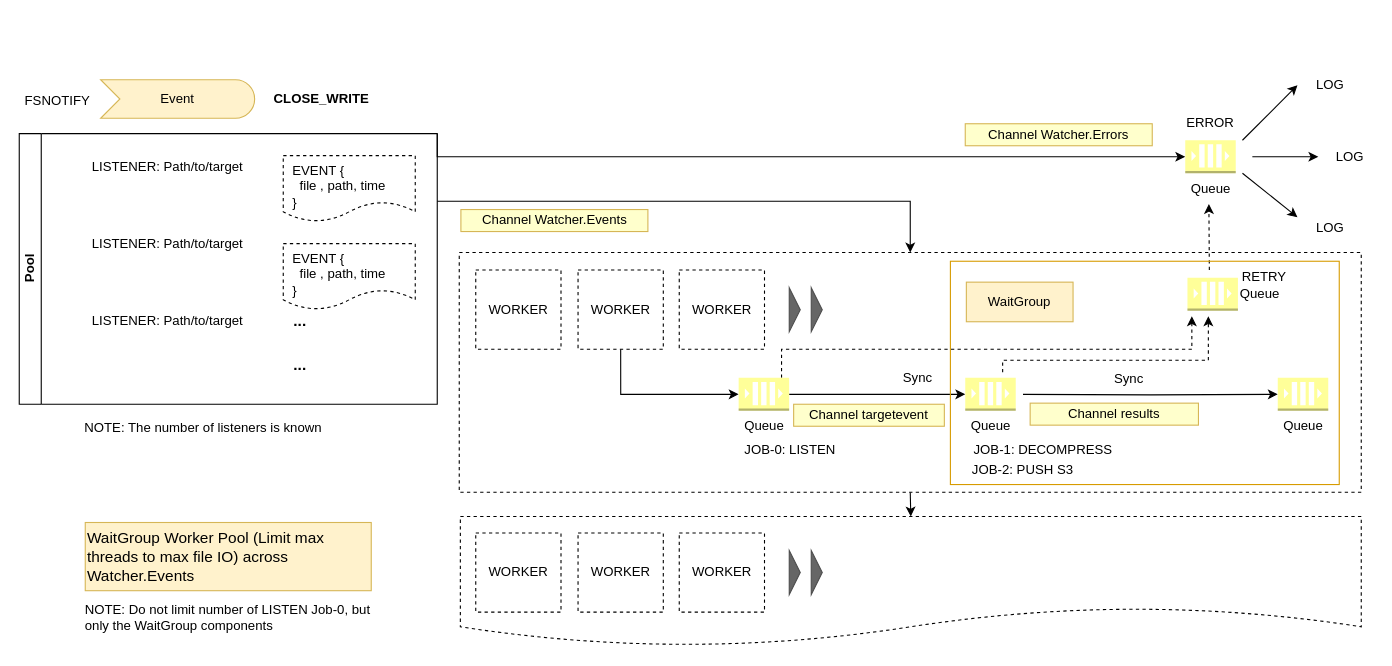
The draw.io diagram images/sftppush_concurrency_design.drawio in olmax99/sftp-push, before the edit. Source tidied: cells renumbered, new cells numbered last; positions are measured from the earlier drawing's top-left corner, leaving out a move shared by most shapes. Both pictures are drawn from the tidied source at 110%, with x=0, y=0 at pixel (19, 74).
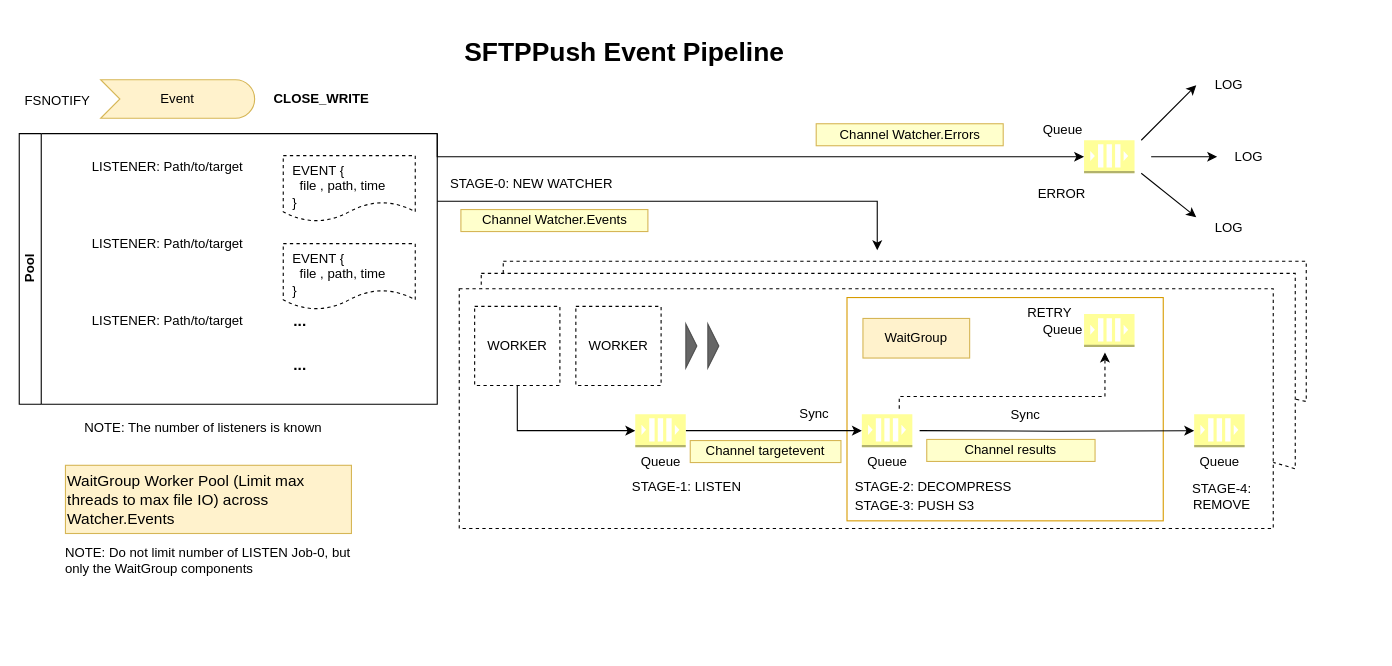
The same diagram, later.

The change refers to these unchanged cells:
```xml
<mxCell id="6" value="Pool" style="swimlane;html=1;horizontal=0;startSize=20;" parent="1" vertex="1">
  <mxGeometry y="54" width="380" height="246" as="geometry" />
</mxCell>
```

The edit, as a diff of the source:
```diff
@@
-    <mxCell id="2" style="edgeStyle=orthogonalEdgeStyle;rounded=0;jettySize=auto;html=1;exitX=0.5;exitY=1;exitDx=0;exitDy=0;entryX=0.5;entryY=0;entryDx=0;entryDy=0;" parent="1" edge="1" source="3" target="49">
-      <mxGeometry relative="1" as="geometry" />
-    </mxCell>
+    <mxCell id="61" style="shape=document;whiteSpace=wrap;html=1;boundedLbl=1;fillColor=none;align=left;dashed=1;" parent="1" vertex="1">
+      <mxGeometry x="440" y="170" width="730" height="150" as="geometry" />
+    </mxCell>
+    <mxCell id="49" style="shape=document;whiteSpace=wrap;html=1;boundedLbl=1;align=left;dashed=1;" parent="1" vertex="1">
+      <mxGeometry x="420" y="181" width="740" height="209" as="geometry" />
+    </mxCell>
     <mxCell id="3" style="rounded=0;whiteSpace=wrap;html=1;dashed=1;" parent="1" vertex="1">
-      <mxGeometry x="400" y="162" width="820" height="218" as="geometry" />
+      <mxGeometry x="400" y="195" width="740" height="218" as="geometry" />
     </mxCell>
+    <mxCell id="60" style="rounded=0;whiteSpace=wrap;html=1;align=left;strokeColor=#d79b00;fillColor=none;" parent="1" vertex="1">
+      <mxGeometry x="752.5" y="203" width="287.5" height="203" as="geometry" />
+    </mxCell>
-    <mxCell id="4" style="edgeStyle=orthogonalEdgeStyle;rounded=0;jettySize=auto;html=1;exitX=1;exitY=0.25;exitDx=0;exitDy=0;entryX=0.5;entryY=0;entryDx=0;entryDy=0;" parent="1" edge="1" source="6" target="3">
-      <mxGeometry relative="1" as="geometry" />
+    <mxCell id="4" style="edgeStyle=orthogonalEdgeStyle;rounded=0;jettySize=auto;html=1;exitX=1;exitY=0.25;exitDx=0;exitDy=0;" parent="1" edge="1" source="6">
+      <mxGeometry relative="1" as="geometry">
+        <mxPoint x="780" y="160" as="targetPoint" />
+        <Array as="points">
+          <mxPoint x="780" y="116" />
+        </Array>
+      </mxGeometry>
     </mxCell>
@@
     <mxCell id="15" value="WORKER" style="rounded=0;whiteSpace=wrap;html=1;dashed=1;" parent="1" vertex="1">
-      <mxGeometry x="508" y="178" width="77.5" height="72" as="geometry" />
+      <mxGeometry x="414" y="211" width="77.5" height="72" as="geometry" />
     </mxCell>
@@
-    <mxCell id="17" style="edgeStyle=orthogonalEdgeStyle;rounded=0;orthogonalLoop=1;jettySize=auto;html=1;exitX=0.5;exitY=0;exitDx=0;exitDy=0;exitPerimeter=0;dashed=1;" parent="1" edge="1">
-      <mxGeometry relative="1" as="geometry">
-        <mxPoint x="693" y="276" as="sourcePoint" />
-        <mxPoint x="1066" y="220" as="targetPoint" />
-        <Array as="points">
-          <mxPoint x="693" y="250" />
-          <mxPoint x="1066" y="250" />
-        </Array>
-      </mxGeometry>
-    </mxCell>
     <mxCell id="18" value="Queue" style="outlineConnect=0;dashed=0;verticalLabelPosition=bottom;verticalAlign=top;align=center;html=1;shape=mxgraph.aws3.queue;gradientColor=none;fillColor=#FFFF99;" parent="1" vertex="1">
-      <mxGeometry x="654" y="276" width="45.9" height="30" as="geometry" />
+      <mxGeometry x="560" y="309" width="45.9" height="30" as="geometry" />
     </mxCell>
@@
     <mxCell id="23" style="endArrow=classic;html=1;" parent="1" edge="1">
       <mxGeometry relative="1" as="geometry">
-        <mxPoint x="1112" y="60" as="sourcePoint" />
-        <mxPoint x="1162" y="10" as="targetPoint" />
+        <mxPoint x="1020" y="60" as="sourcePoint" />
+        <mxPoint x="1070" y="10" as="targetPoint" />
       </mxGeometry>
     </mxCell>
     <mxCell id="24" style="endArrow=classic;html=1;" parent="1" edge="1">
       <mxGeometry relative="1" as="geometry">
-        <mxPoint x="1121" y="75" as="sourcePoint" />
-        <mxPoint x="1181" y="75" as="targetPoint" />
+        <mxPoint x="1029" y="75" as="sourcePoint" />
+        <mxPoint x="1089" y="75" as="targetPoint" />
       </mxGeometry>
     </mxCell>
     <mxCell id="25" style="endArrow=classic;html=1;" parent="1" edge="1">
       <mxGeometry relative="1" as="geometry">
-        <mxPoint x="1112" y="90" as="sourcePoint" />
-        <mxPoint x="1162" y="130" as="targetPoint" />
+        <mxPoint x="1020" y="90" as="sourcePoint" />
+        <mxPoint x="1070" y="130" as="targetPoint" />
       </mxGeometry>
     </mxCell>
     <mxCell id="26" value="LOG" style="text;html=1;strokeColor=none;fillColor=none;align=center;verticalAlign=middle;whiteSpace=wrap;rounded=0;dashed=1;" parent="1" vertex="1">
-      <mxGeometry x="1172" width="40" height="20" as="geometry" />
+      <mxGeometry x="1080" width="40" height="20" as="geometry" />
     </mxCell>
     <mxCell id="27" value="LOG" style="text;html=1;strokeColor=none;fillColor=none;align=center;verticalAlign=middle;whiteSpace=wrap;rounded=0;dashed=1;" parent="1" vertex="1">
-      <mxGeometry x="1172" y="130" width="40" height="20" as="geometry" />
+      <mxGeometry x="1080" y="130" width="40" height="20" as="geometry" />
     </mxCell>
     <mxCell id="28" value="LOG" style="text;html=1;strokeColor=none;fillColor=none;align=center;verticalAlign=middle;whiteSpace=wrap;rounded=0;dashed=1;" parent="1" vertex="1">
-      <mxGeometry x="1190" y="65" width="40" height="20" as="geometry" />
+      <mxGeometry x="1098" y="65" width="40" height="20" as="geometry" />
     </mxCell>
     <mxCell id="29" value="Channel Watcher.Errors" style="text;html=1;strokeColor=#d6b656;align=center;verticalAlign=middle;whiteSpace=wrap;rounded=0;fillColor=#FFFFCC;" parent="1" vertex="1">
-      <mxGeometry x="860" y="45" width="170" height="20" as="geometry" />
+      <mxGeometry x="724.5" y="45" width="170" height="20" as="geometry" />
     </mxCell>
     <mxCell id="30" style="edgeStyle=orthogonalEdgeStyle;rounded=0;jettySize=auto;html=1;entryX=0;entryY=0.5;entryDx=0;entryDy=0;entryPerimeter=0;" parent="1" edge="1" target="33">
       <mxGeometry relative="1" as="geometry">
-        <mxPoint x="912.5" y="291" as="sourcePoint" />
+        <mxPoint x="818.5" y="324" as="sourcePoint" />
       </mxGeometry>
     </mxCell>
     <mxCell id="31" style="edgeStyle=orthogonalEdgeStyle;rounded=0;orthogonalLoop=1;jettySize=auto;html=1;dashed=1;" parent="1" edge="1">
       <mxGeometry relative="1" as="geometry">
-        <mxPoint x="894" y="271" as="sourcePoint" />
-        <mxPoint x="1081" y="220" as="targetPoint" />
+        <mxPoint x="800" y="304" as="sourcePoint" />
+        <mxPoint x="987" y="253" as="targetPoint" />
         <Array as="points">
-          <mxPoint x="894" y="260" />
-          <mxPoint x="1081" y="260" />
+          <mxPoint x="800" y="293" />
+          <mxPoint x="987" y="293" />
         </Array>
       </mxGeometry>
     </mxCell>
     <mxCell id="32" value="Queue" style="outlineConnect=0;dashed=0;verticalLabelPosition=bottom;verticalAlign=top;align=center;html=1;shape=mxgraph.aws3.queue;gradientColor=none;fillColor=#FFFF99;" parent="1" vertex="1">
-      <mxGeometry x="860" y="276" width="45.9" height="30" as="geometry" />
+      <mxGeometry x="766" y="309" width="45.9" height="30" as="geometry" />
     </mxCell>
     <mxCell id="33" value="Queue" style="outlineConnect=0;dashed=0;verticalLabelPosition=bottom;verticalAlign=top;align=center;html=1;shape=mxgraph.aws3.queue;gradientColor=none;fillColor=#FFFF99;" parent="1" vertex="1">
-      <mxGeometry x="1144.1" y="276" width="45.9" height="30" as="geometry" />
+      <mxGeometry x="1068.1" y="309" width="45.9" height="30" as="geometry" />
     </mxCell>
-    <mxCell id="34" value="JOB-1: DECOMPRESS" style="text;html=1;strokeColor=none;fillColor=none;align=center;verticalAlign=middle;whiteSpace=wrap;rounded=0;dashed=1;" parent="1" vertex="1">
-      <mxGeometry x="860" y="332" width="142" height="20" as="geometry" />
+    <mxCell id="34" value="STAGE-2: DECOMPRESS" style="text;html=1;strokeColor=none;fillColor=none;align=left;verticalAlign=middle;whiteSpace=wrap;rounded=0;dashed=1;" parent="1" vertex="1">
+      <mxGeometry x="758" y="365" width="170" height="20" as="geometry" />
     </mxCell>
-    <mxCell id="35" value="JOB-2: PUSH S3" style="text;html=1;strokeColor=none;fillColor=none;align=center;verticalAlign=middle;whiteSpace=wrap;rounded=0;dashed=1;" parent="1" vertex="1">
-      <mxGeometry x="851" y="350" width="123" height="20" as="geometry" />
+    <mxCell id="35" value="STAGE-3: PUSH S3" style="text;html=1;strokeColor=none;fillColor=none;align=left;verticalAlign=middle;whiteSpace=wrap;rounded=0;dashed=1;" parent="1" vertex="1">
+      <mxGeometry x="758" y="383" width="159" height="20" as="geometry" />
     </mxCell>
     <mxCell id="36" value="Sync" style="text;html=1;strokeColor=none;fillColor=none;align=center;verticalAlign=middle;whiteSpace=wrap;rounded=0;dashed=1;" parent="1" vertex="1">
-      <mxGeometry x="797" y="266" width="40" height="20" as="geometry" />
+      <mxGeometry x="703" y="299" width="40" height="20" as="geometry" />
     </mxCell>
     <mxCell id="37" value="Sync" style="text;html=1;strokeColor=none;fillColor=none;align=center;verticalAlign=middle;whiteSpace=wrap;rounded=0;dashed=1;" parent="1" vertex="1">
-      <mxGeometry x="988.5" y="267" width="40" height="20" as="geometry" />
+      <mxGeometry x="894.5" y="300" width="40" height="20" as="geometry" />
     </mxCell>
     <mxCell id="38" style="triangle;whiteSpace=wrap;html=1;align=left;fillColor=#666666;strokeColor=#4D4D4D;" parent="1" vertex="1">
-      <mxGeometry x="700" y="194" width="10" height="40" as="geometry" />
+      <mxGeometry x="606" y="227" width="10" height="40" as="geometry" />
     </mxCell>
     <mxCell id="39" style="triangle;whiteSpace=wrap;html=1;align=left;fillColor=#666666;strokeColor=#4D4D4D;" parent="1" vertex="1">
-      <mxGeometry x="720" y="194" width="10" height="40" as="geometry" />
+      <mxGeometry x="626" y="227" width="10" height="40" as="geometry" />
     </mxCell>
-    <mxCell id="40" value="Queue" style="outlineConnect=0;dashed=0;verticalLabelPosition=bottom;verticalAlign=top;align=center;html=1;shape=mxgraph.aws3.queue;gradientColor=none;fillColor=#FFFF99;" parent="1" vertex="1">
-      <mxGeometry x="1060" y="60" width="45.9" height="30" as="geometry" />
+    <mxCell id="40" value="Queue" style="outlineConnect=0;dashed=0;verticalLabelPosition=top;verticalAlign=bottom;align=right;html=1;shape=mxgraph.aws3.queue;gradientColor=none;fillColor=#FFFF99;labelPosition=left;" parent="1" vertex="1">
+      <mxGeometry x="968" y="60" width="45.9" height="30" as="geometry" />
     </mxCell>
     <mxCell id="41" value="ERROR" style="text;html=1;strokeColor=none;fillColor=none;align=center;verticalAlign=middle;whiteSpace=wrap;rounded=0;" parent="1" vertex="1">
-      <mxGeometry x="1063" y="34" width="40" height="20" as="geometry" />
+      <mxGeometry x="928" y="99" width="40" height="20" as="geometry" />
     </mxCell>
     <mxCell id="42" value="RETRY" style="text;html=1;strokeColor=none;fillColor=none;align=center;verticalAlign=middle;whiteSpace=wrap;rounded=0;" parent="1" vertex="1">
-      <mxGeometry x="1112" y="174" width="40" height="20" as="geometry" />
+      <mxGeometry x="917" y="207" width="40" height="20" as="geometry" />
     </mxCell>
-    <mxCell id="43" value="Queue" style="dashed=0;verticalLabelPosition=middle;verticalAlign=middle;align=left;html=1;shape=mxgraph.aws3.queue;gradientColor=none;fillColor=#FFFF99;labelPosition=right;" parent="1" vertex="1">
-      <mxGeometry x="1062" y="185" width="45.9" height="30" as="geometry" />
+    <mxCell id="43" value="Queue" style="dashed=0;verticalLabelPosition=middle;verticalAlign=middle;align=right;html=1;shape=mxgraph.aws3.queue;gradientColor=none;fillColor=#FFFF99;labelPosition=left;" parent="1" vertex="1">
+      <mxGeometry x="968" y="218" width="45.9" height="30" as="geometry" />
     </mxCell>
-    <mxCell id="44" value="JOB-0: LISTEN" style="text;html=1;strokeColor=none;fillColor=none;align=center;verticalAlign=middle;whiteSpace=wrap;rounded=0;dashed=1;" parent="1" vertex="1">
-      <mxGeometry x="630" y="332" width="142" height="20" as="geometry" />
+    <mxCell id="44" value="STAGE-1: LISTEN" style="text;html=1;strokeColor=none;fillColor=none;align=center;verticalAlign=middle;whiteSpace=wrap;rounded=0;dashed=1;" parent="1" vertex="1">
+      <mxGeometry x="536" y="365" width="142" height="20" as="geometry" />
     </mxCell>
     <mxCell id="45" value="Channel targetevent" style="text;html=1;strokeColor=#d6b656;align=center;verticalAlign=middle;whiteSpace=wrap;rounded=0;fillColor=#FFFFCC;" parent="1" vertex="1">
-      <mxGeometry x="704" y="300" width="137" height="20" as="geometry" />
+      <mxGeometry x="610" y="333" width="137" height="20" as="geometry" />
     </mxCell>
     <mxCell id="46" value="Channel results" style="text;html=1;strokeColor=#d6b656;align=center;verticalAlign=middle;whiteSpace=wrap;rounded=0;fillColor=#FFFFCC;" parent="1" vertex="1">
-      <mxGeometry x="919" y="299" width="153" height="20" as="geometry" />
+      <mxGeometry x="825" y="332" width="153" height="20" as="geometry" />
     </mxCell>
     <mxCell id="47" value="&lt;font style=&quot;font-size: 14px&quot;&gt;WaitGroup Worker Pool (Limit max threads to max file IO) across Watcher.Events&lt;br&gt;&lt;/font&gt;" style="text;html=1;strokeColor=#d6b656;fillColor=#fff2cc;align=left;verticalAlign=middle;whiteSpace=wrap;rounded=0;" parent="1" vertex="1">
-      <mxGeometry x="60" y="407.5" width="260" height="62" as="geometry" />
+      <mxGeometry x="42" y="355.5" width="260" height="62" as="geometry" />
     </mxCell>
     <mxCell id="48" value="WaitGroup" style="text;html=1;strokeColor=#d6b656;fillColor=#fff2cc;align=center;verticalAlign=middle;whiteSpace=wrap;rounded=0;" parent="1" vertex="1">
-      <mxGeometry x="861" y="189" width="97" height="36" as="geometry" />
+      <mxGeometry x="767" y="222" width="97" height="36" as="geometry" />
     </mxCell>
-    <mxCell id="49" style="shape=document;whiteSpace=wrap;html=1;boundedLbl=1;fillColor=none;align=left;dashed=1;" parent="1" vertex="1">
-      <mxGeometry x="401" y="402" width="819" height="118" as="geometry" />
-    </mxCell>
@@
     <mxCell id="51" value="NOTE: Do not limit number of LISTEN Job-0, but only the WaitGroup components" style="text;html=1;strokeColor=none;fillColor=none;align=left;verticalAlign=middle;whiteSpace=wrap;rounded=0;dashed=1;" parent="1" vertex="1">
-      <mxGeometry x="57.5" y="483.5" width="269" height="20" as="geometry" />
+      <mxGeometry x="39.5" y="431.5" width="269" height="20" as="geometry" />
     </mxCell>
-    <mxCell id="52" value="WORKER" style="rounded=0;whiteSpace=wrap;html=1;dashed=1;" parent="1" vertex="1">
-      <mxGeometry x="415" y="178" width="77.5" height="72" as="geometry" />
-    </mxCell>
     <mxCell id="53" value="WORKER" style="rounded=0;whiteSpace=wrap;html=1;dashed=1;" parent="1" vertex="1">
-      <mxGeometry x="600" y="178" width="77.5" height="72" as="geometry" />
+      <mxGeometry x="506" y="211" width="77.5" height="72" as="geometry" />
     </mxCell>
-    <mxCell id="54" value="WORKER" style="rounded=0;whiteSpace=wrap;html=1;dashed=1;" parent="1" vertex="1">
-      <mxGeometry x="508" y="417" width="77.5" height="72" as="geometry" />
-    </mxCell>
-    <mxCell id="55" style="triangle;whiteSpace=wrap;html=1;align=left;fillColor=#666666;strokeColor=#4D4D4D;" parent="1" vertex="1">
-      <mxGeometry x="700" y="433" width="10" height="40" as="geometry" />
-    </mxCell>
-    <mxCell id="56" style="triangle;whiteSpace=wrap;html=1;align=left;fillColor=#666666;strokeColor=#4D4D4D;" parent="1" vertex="1">
-      <mxGeometry x="720" y="433" width="10" height="40" as="geometry" />
-    </mxCell>
-    <mxCell id="57" value="WORKER" style="rounded=0;whiteSpace=wrap;html=1;dashed=1;" parent="1" vertex="1">
-      <mxGeometry x="415" y="417" width="77.5" height="72" as="geometry" />
-    </mxCell>
-    <mxCell id="58" value="WORKER" style="rounded=0;whiteSpace=wrap;html=1;dashed=1;" parent="1" vertex="1">
-      <mxGeometry x="600" y="417" width="77.5" height="72" as="geometry" />
-    </mxCell>
-    <mxCell id="59" style="endArrow=classic;html=1;dashed=1;" parent="1" edge="1">
-      <mxGeometry relative="1" as="geometry">
-        <mxPoint x="1081.9" y="178" as="sourcePoint" />
-        <mxPoint x="1081.5" y="118" as="targetPoint" />
-      </mxGeometry>
-    </mxCell>
-    <mxCell id="60" style="rounded=0;whiteSpace=wrap;html=1;align=left;strokeColor=#d79b00;fillColor=none;" parent="1" vertex="1">
-      <mxGeometry x="846.5" y="170" width="353.5" height="203" as="geometry" />
-    </mxCell>
+    <mxCell id="62" value="STAGE-4: REMOVE" style="text;html=1;strokeColor=none;fillColor=none;align=center;verticalAlign=middle;whiteSpace=wrap;rounded=0;dashed=1;" parent="1" vertex="1">
+      <mxGeometry x="1046.1" y="361" width="95" height="45" as="geometry" />
+    </mxCell>
+    <mxCell id="63" value="&lt;h1&gt;SFTPPush Event Pipeline&lt;br&gt;&lt;/h1&gt;&lt;p&gt;&lt;br&gt;&lt;/p&gt;" style="text;html=1;strokeColor=none;fillColor=none;spacing=5;spacingTop=-20;whiteSpace=wrap;overflow=hidden;rounded=0;" parent="1" vertex="1">
+      <mxGeometry x="400" y="-40" width="590" height="40" as="geometry" />
+    </mxCell>
+    <mxCell id="64" value="STAGE-0: NEW WATCHER" style="text;html=1;strokeColor=none;fillColor=none;align=left;verticalAlign=middle;whiteSpace=wrap;rounded=0;dashed=1;" parent="1" vertex="1">
+      <mxGeometry x="390" y="90" width="190" height="20" as="geometry" />
+    </mxCell>
```
